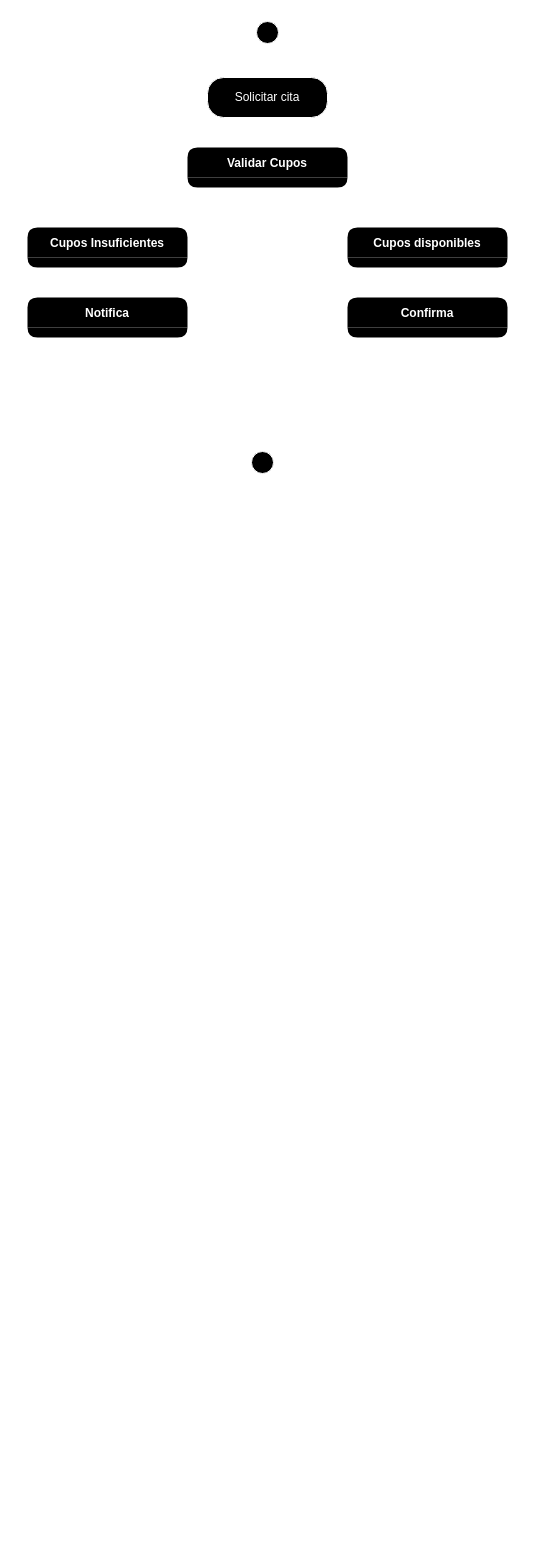
Before: page "Actividades" (4 of 4) of ProyectoING.Softwarell/CasosdeUso.drawio in ElJason/Draw_Diagramas, a draw.io diagram. Source tidied: cells renumbered, new cells numbered last; positions are measured from the earlier drawing's top-left corner, leaving out a move shared by most shapes. Both pictures are drawn from the tidied source at 100%, with x=0, y=0 at pixel (27, 17).
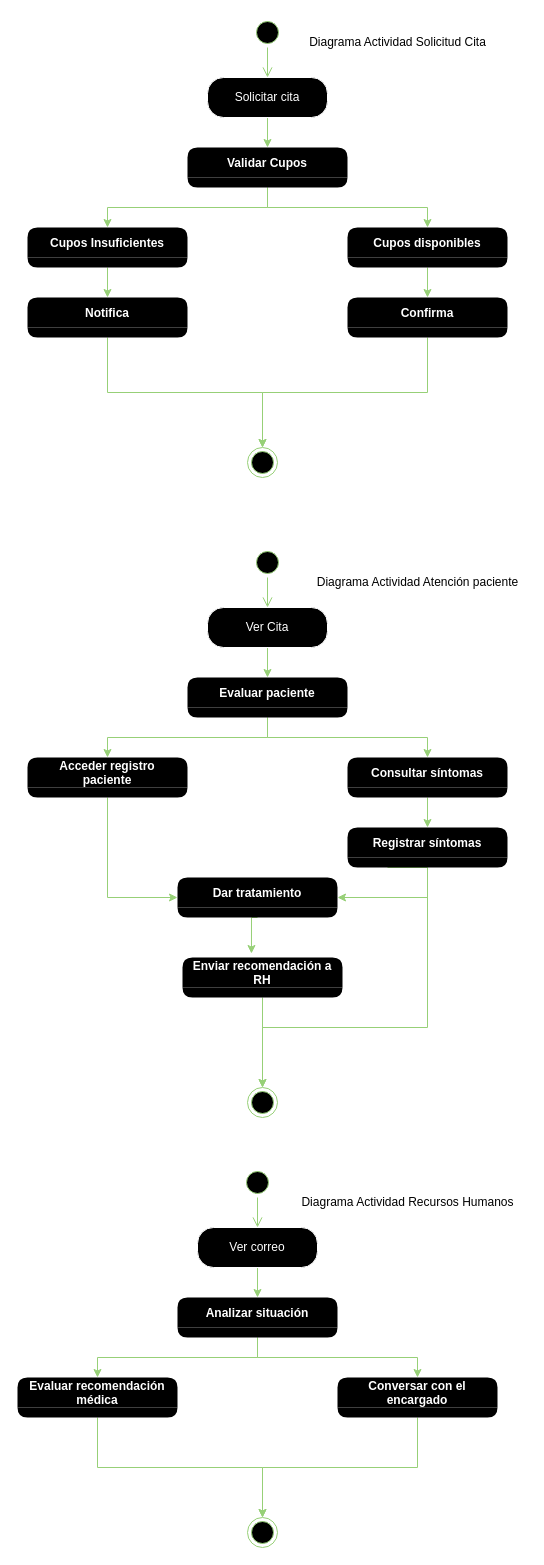
Above is the later version.

The change refers to these unchanged cells:
```xml
<mxCell id="5" value="Solicitar cita" style="rounded=1;whiteSpace=wrap;html=1;arcSize=40;fontColor=#ffffff;fillColor=#000000;strokeColor=#FFFFFF;" parent="1" vertex="1">
  <mxGeometry x="180" y="60" width="120" height="40" as="geometry" />
</mxCell>
<mxCell id="8" value="Cupos Insuficientes" style="swimlane;fontStyle=1;align=center;verticalAlign=middle;horizontal=1;startSize=30;fontColor=#FFFFFF;rounded=1;arcSize=50;strokeColor=none;fillColor=#000000;swimlaneFillColor=#000000;" parent="1" vertex="1">
  <mxGeometry y="210" width="160" height="40" as="geometry" />
</mxCell>
<mxCell id="11" value="Validar Cupos" style="swimlane;fontStyle=1;align=center;verticalAlign=middle;horizontal=1;startSize=30;fontColor=#FFFFFF;rounded=1;arcSize=50;strokeColor=none;fillColor=#000000;swimlaneFillColor=#000000;" parent="1" vertex="1">
  <mxGeometry x="160" y="130" width="160" height="40" as="geometry" />
</mxCell>
<mxCell id="13" value="Cupos disponibles" style="swimlane;fontStyle=1;align=center;verticalAlign=middle;horizontal=1;startSize=30;fontColor=#FFFFFF;rounded=1;arcSize=50;strokeColor=none;fillColor=#000000;swimlaneFillColor=#000000;" parent="1" vertex="1">
  <mxGeometry x="320" y="210" width="160" height="40" as="geometry" />
</mxCell>
<mxCell id="15" value="Notifica" style="swimlane;fontStyle=1;align=center;verticalAlign=middle;horizontal=1;startSize=30;fontColor=#FFFFFF;rounded=1;arcSize=50;strokeColor=none;fillColor=#000000;swimlaneFillColor=#000000;" parent="1" vertex="1">
  <mxGeometry y="280" width="160" height="40" as="geometry" />
</mxCell>
<mxCell id="17" value="Confirma" style="swimlane;fontStyle=1;align=center;verticalAlign=middle;horizontal=1;startSize=30;fontColor=#FFFFFF;rounded=1;arcSize=50;strokeColor=none;fillColor=#000000;swimlaneFillColor=#000000;" parent="1" vertex="1">
  <mxGeometry x="320" y="280" width="160" height="40" as="geometry" />
</mxCell>
```

What changed in the source:
```diff
@@
-    <mxCell id="2" style="ellipse;html=1;shape=startState;fillColor=#000000;strokeColor=#FFFFFF;" parent="1" vertex="1">
+    <mxCell id="2" style="ellipse;html=1;shape=startState;fillColor=#000000;strokeColor=#97D077;" parent="1" vertex="1">
       <mxGeometry x="225" width="30" height="30" as="geometry" />
     </mxCell>
-    <mxCell id="3" style="edgeStyle=orthogonalEdgeStyle;html=1;verticalAlign=bottom;endArrow=open;endSize=8;strokeColor=#ffffff;rounded=0;entryX=0.5;entryY=0;entryDx=0;entryDy=0;" parent="1" edge="1" source="2" target="5">
+    <mxCell id="3" style="edgeStyle=orthogonalEdgeStyle;html=1;verticalAlign=bottom;endArrow=open;endSize=8;strokeColor=#97D077;rounded=0;entryX=0.5;entryY=0;entryDx=0;entryDy=0;" parent="1" edge="1" source="2" target="5">
       <mxGeometry relative="1" as="geometry" />
     </mxCell>
-    <mxCell id="4" style="edgeStyle=orthogonalEdgeStyle;rounded=0;jettySize=auto;html=1;exitX=0.5;exitY=1;exitDx=0;exitDy=0;entryX=0.5;entryY=0;entryDx=0;entryDy=0;strokeColor=#ffffff;fontColor=#ffffff;" parent="1" edge="1" source="5" target="11">
+    <mxCell id="4" style="edgeStyle=orthogonalEdgeStyle;rounded=0;jettySize=auto;html=1;exitX=0.5;exitY=1;exitDx=0;exitDy=0;entryX=0.5;entryY=0;entryDx=0;entryDy=0;strokeColor=#97D077;fontColor=#ffffff;" parent="1" edge="1" source="5" target="11">
       <mxGeometry relative="1" as="geometry" />
     </mxCell>
@@
-    <mxCell id="6" style="ellipse;html=1;shape=endState;fillColor=#000000;strokeColor=#FFFFFF;" parent="1" vertex="1">
+    <mxCell id="6" style="ellipse;html=1;shape=endState;fillColor=#000000;strokeColor=#97D077;" parent="1" vertex="1">
       <mxGeometry x="220" y="430" width="30" height="30" as="geometry" />
     </mxCell>
-    <mxCell id="7" style="edgeStyle=orthogonalEdgeStyle;rounded=0;jettySize=auto;html=1;exitX=0.5;exitY=1;exitDx=0;exitDy=0;entryX=0.5;entryY=0;entryDx=0;entryDy=0;strokeColor=#ffffff;fontColor=#ffffff;" parent="1" edge="1" source="8" target="15">
+    <mxCell id="7" style="edgeStyle=orthogonalEdgeStyle;rounded=0;jettySize=auto;html=1;exitX=0.5;exitY=1;exitDx=0;exitDy=0;entryX=0.5;entryY=0;entryDx=0;entryDy=0;strokeColor=#97D077;fontColor=#ffffff;" parent="1" edge="1" source="8" target="15">
       <mxGeometry relative="1" as="geometry" />
     </mxCell>
@@
-    <mxCell id="9" style="edgeStyle=orthogonalEdgeStyle;rounded=0;jettySize=auto;html=1;exitX=0.5;exitY=1;exitDx=0;exitDy=0;entryX=0.5;entryY=0;entryDx=0;entryDy=0;strokeColor=#ffffff;fontColor=#ffffff;" parent="1" edge="1" source="11" target="8">
+    <mxCell id="9" style="edgeStyle=orthogonalEdgeStyle;rounded=0;jettySize=auto;html=1;exitX=0.5;exitY=1;exitDx=0;exitDy=0;entryX=0.5;entryY=0;entryDx=0;entryDy=0;strokeColor=#97D077;fontColor=#ffffff;" parent="1" edge="1" source="11" target="8">
       <mxGeometry relative="1" as="geometry" />
     </mxCell>
-    <mxCell id="10" style="edgeStyle=orthogonalEdgeStyle;rounded=0;jettySize=auto;html=1;exitX=0.5;exitY=1;exitDx=0;exitDy=0;strokeColor=#ffffff;fontColor=#ffffff;" parent="1" edge="1" source="11" target="13">
+    <mxCell id="10" style="edgeStyle=orthogonalEdgeStyle;rounded=0;jettySize=auto;html=1;exitX=0.5;exitY=1;exitDx=0;exitDy=0;strokeColor=#97D077;fontColor=#ffffff;" parent="1" edge="1" source="11" target="13">
       <mxGeometry relative="1" as="geometry" />
     </mxCell>
@@
-    <mxCell id="12" style="edgeStyle=orthogonalEdgeStyle;rounded=0;jettySize=auto;html=1;exitX=0.5;exitY=1;exitDx=0;exitDy=0;entryX=0.5;entryY=0;entryDx=0;entryDy=0;strokeColor=#ffffff;fontColor=#ffffff;" parent="1" edge="1" source="13" target="17">
+    <mxCell id="12" style="edgeStyle=orthogonalEdgeStyle;rounded=0;jettySize=auto;html=1;exitX=0.5;exitY=1;exitDx=0;exitDy=0;entryX=0.5;entryY=0;entryDx=0;entryDy=0;strokeColor=#97D077;fontColor=#ffffff;" parent="1" edge="1" source="13" target="17">
       <mxGeometry relative="1" as="geometry" />
     </mxCell>
@@
-    <mxCell id="14" style="edgeStyle=orthogonalEdgeStyle;rounded=0;jettySize=auto;html=1;exitX=0.5;exitY=1;exitDx=0;exitDy=0;entryX=0.5;entryY=0;entryDx=0;entryDy=0;strokeColor=#ffffff;fontColor=#ffffff;" parent="1" edge="1" source="15" target="6">
+    <mxCell id="14" style="edgeStyle=orthogonalEdgeStyle;rounded=0;jettySize=auto;html=1;exitX=0.5;exitY=1;exitDx=0;exitDy=0;entryX=0.5;entryY=0;entryDx=0;entryDy=0;strokeColor=#97D077;fontColor=#ffffff;" parent="1" edge="1" source="15" target="6">
       <mxGeometry relative="1" as="geometry" />
     </mxCell>
@@
-    <mxCell id="16" style="edgeStyle=orthogonalEdgeStyle;rounded=0;jettySize=auto;html=1;exitX=0.5;exitY=1;exitDx=0;exitDy=0;entryX=0.5;entryY=0;entryDx=0;entryDy=0;strokeColor=#ffffff;fontColor=#ffffff;" parent="1" edge="1" source="17" target="6">
+    <mxCell id="16" style="edgeStyle=orthogonalEdgeStyle;rounded=0;jettySize=auto;html=1;exitX=0.5;exitY=1;exitDx=0;exitDy=0;entryX=0.5;entryY=0;entryDx=0;entryDy=0;strokeColor=#97D077;fontColor=#ffffff;" parent="1" edge="1" source="17" target="6">
       <mxGeometry relative="1" as="geometry" />
     </mxCell>
@@
+    <mxCell id="18" value="Diagrama Actividad Solicitud Cita" style="text;html=1;align=center;verticalAlign=middle;strokeColor=none;fillColor=none;" parent="1" vertex="1">
+      <mxGeometry x="270" y="10" width="200" height="30" as="geometry" />
+    </mxCell>
+    <mxCell id="19" style="ellipse;html=1;shape=startState;fillColor=#000000;strokeColor=#97D077;" parent="1" vertex="1">
+      <mxGeometry x="225" y="530" width="30" height="30" as="geometry" />
+    </mxCell>
+    <mxCell id="20" style="edgeStyle=orthogonalEdgeStyle;html=1;verticalAlign=bottom;endArrow=open;endSize=8;strokeColor=#97D077;rounded=0;entryX=0.5;entryY=0;entryDx=0;entryDy=0;" parent="1" edge="1" source="19" target="22">
+      <mxGeometry relative="1" as="geometry" />
+    </mxCell>
+    <mxCell id="21" style="edgeStyle=orthogonalEdgeStyle;rounded=0;jettySize=auto;html=1;exitX=0.5;exitY=1;exitDx=0;exitDy=0;entryX=0.5;entryY=0;entryDx=0;entryDy=0;strokeColor=#97D077;fontColor=#ffffff;" parent="1" edge="1" source="22" target="28">
+      <mxGeometry relative="1" as="geometry" />
+    </mxCell>
+    <mxCell id="22" value="Ver Cita" style="rounded=1;whiteSpace=wrap;html=1;arcSize=40;fontColor=#ffffff;fillColor=#000000;strokeColor=#FFFFFF;" parent="1" vertex="1">
+      <mxGeometry x="180" y="590" width="120" height="40" as="geometry" />
+    </mxCell>
+    <mxCell id="23" style="ellipse;html=1;shape=endState;fillColor=#000000;strokeColor=#97D077;" parent="1" vertex="1">
+      <mxGeometry x="220" y="1070" width="30" height="30" as="geometry" />
+    </mxCell>
+    <mxCell id="24" style="edgeStyle=orthogonalEdgeStyle;rounded=0;jettySize=auto;html=1;exitX=0.5;exitY=1;exitDx=0;exitDy=0;entryX=0;entryY=0.5;entryDx=0;entryDy=0;strokeColor=#97D077;fontColor=#ffffff;" parent="1" edge="1" source="25" target="36">
+      <mxGeometry relative="1" as="geometry" />
+    </mxCell>
+    <mxCell id="25" value="Acceder registro&#10;paciente" style="swimlane;fontStyle=1;align=center;verticalAlign=middle;horizontal=1;startSize=30;fontColor=#FFFFFF;rounded=1;arcSize=50;strokeColor=none;fillColor=#000000;swimlaneFillColor=#000000;" parent="1" vertex="1">
+      <mxGeometry y="740" width="160" height="40" as="geometry" />
+    </mxCell>
+    <mxCell id="26" style="edgeStyle=orthogonalEdgeStyle;rounded=0;jettySize=auto;html=1;exitX=0.5;exitY=1;exitDx=0;exitDy=0;entryX=0.5;entryY=0;entryDx=0;entryDy=0;strokeColor=#97D077;fontColor=#ffffff;" parent="1" edge="1" source="28" target="25">
+      <mxGeometry relative="1" as="geometry" />
+    </mxCell>
+    <mxCell id="27" style="edgeStyle=orthogonalEdgeStyle;rounded=0;jettySize=auto;html=1;exitX=0.5;exitY=1;exitDx=0;exitDy=0;strokeColor=#97D077;fontColor=#ffffff;" parent="1" edge="1" source="28" target="30">
+      <mxGeometry relative="1" as="geometry" />
+    </mxCell>
+    <mxCell id="28" value="Evaluar paciente" style="swimlane;fontStyle=1;align=center;verticalAlign=middle;horizontal=1;startSize=30;fontColor=#FFFFFF;rounded=1;arcSize=50;strokeColor=none;fillColor=#000000;swimlaneFillColor=#000000;" parent="1" vertex="1">
+      <mxGeometry x="160" y="660" width="160" height="40" as="geometry" />
+    </mxCell>
+    <mxCell id="29" style="edgeStyle=orthogonalEdgeStyle;rounded=0;jettySize=auto;html=1;exitX=0.5;exitY=1;exitDx=0;exitDy=0;entryX=0.5;entryY=0;entryDx=0;entryDy=0;strokeColor=#97D077;fontColor=#ffffff;" parent="1" edge="1" source="30" target="33">
+      <mxGeometry relative="1" as="geometry" />
+    </mxCell>
+    <mxCell id="30" value="Consultar síntomas" style="swimlane;fontStyle=1;align=center;verticalAlign=middle;horizontal=1;startSize=30;fontColor=#FFFFFF;rounded=1;arcSize=50;strokeColor=none;fillColor=#000000;swimlaneFillColor=#000000;" parent="1" vertex="1">
+      <mxGeometry x="320" y="740" width="160" height="40" as="geometry" />
+    </mxCell>
+    <mxCell id="31" style="edgeStyle=orthogonalEdgeStyle;rounded=0;jettySize=auto;html=1;exitX=0.5;exitY=1;exitDx=0;exitDy=0;entryX=0.5;entryY=0;entryDx=0;entryDy=0;strokeColor=#97D077;fontColor=#ffffff;" parent="1" edge="1" source="33" target="23">
+      <mxGeometry relative="1" as="geometry">
+        <Array as="points">
+          <mxPoint x="400" y="1010" />
+          <mxPoint x="235" y="1010" />
+        </Array>
+      </mxGeometry>
+    </mxCell>
+    <mxCell id="32" style="edgeStyle=orthogonalEdgeStyle;rounded=0;jettySize=auto;html=1;exitX=0.25;exitY=1;exitDx=0;exitDy=0;entryX=1;entryY=0.5;entryDx=0;entryDy=0;strokeColor=#97D077;" parent="1" edge="1" source="33" target="36">
+      <mxGeometry relative="1" as="geometry">
+        <Array as="points">
+          <mxPoint x="400" y="850" />
+          <mxPoint x="400" y="880" />
+        </Array>
+      </mxGeometry>
+    </mxCell>
+    <mxCell id="33" value="Registrar síntomas" style="swimlane;fontStyle=1;align=center;verticalAlign=middle;horizontal=1;startSize=30;fontColor=#FFFFFF;rounded=1;arcSize=50;strokeColor=none;fillColor=#000000;swimlaneFillColor=#000000;" parent="1" vertex="1">
+      <mxGeometry x="320" y="810" width="160" height="40" as="geometry" />
+    </mxCell>
+    <mxCell id="34" value="Diagrama Actividad Atención paciente" style="text;html=1;align=center;verticalAlign=middle;strokeColor=none;fillColor=none;" parent="1" vertex="1">
+      <mxGeometry x="280" y="550" width="220" height="30" as="geometry" />
+    </mxCell>
+    <mxCell id="35" style="edgeStyle=orthogonalEdgeStyle;rounded=0;jettySize=auto;html=1;exitX=0.5;exitY=1;exitDx=0;exitDy=0;entryX=0.431;entryY=-0.1;entryDx=0;entryDy=0;entryPerimeter=0;strokeColor=#97D077;" parent="1" edge="1" source="36" target="38">
+      <mxGeometry relative="1" as="geometry" />
+    </mxCell>
+    <mxCell id="36" value="Dar tratamiento" style="swimlane;fontStyle=1;align=center;verticalAlign=middle;horizontal=1;startSize=30;fontColor=#FFFFFF;rounded=1;arcSize=50;strokeColor=none;fillColor=#000000;swimlaneFillColor=#000000;" parent="1" vertex="1">
+      <mxGeometry x="150" y="860" width="160" height="40" as="geometry" />
+    </mxCell>
+    <mxCell id="37" style="edgeStyle=orthogonalEdgeStyle;rounded=0;jettySize=auto;html=1;exitX=0.5;exitY=1;exitDx=0;exitDy=0;entryX=0.5;entryY=0;entryDx=0;entryDy=0;strokeColor=#97D077;" parent="1" edge="1" source="38" target="23">
+      <mxGeometry relative="1" as="geometry" />
+    </mxCell>
+    <mxCell id="38" value="Enviar recomendación a&#10;RH" style="swimlane;fontStyle=1;align=center;verticalAlign=middle;horizontal=1;startSize=30;fontColor=#FFFFFF;rounded=1;arcSize=50;strokeColor=none;fillColor=#000000;swimlaneFillColor=#000000;" parent="1" vertex="1">
+      <mxGeometry x="155" y="940" width="160" height="40" as="geometry" />
+    </mxCell>
+    <mxCell id="39" style="ellipse;html=1;shape=startState;fillColor=#000000;strokeColor=#97D077;" parent="1" vertex="1">
+      <mxGeometry x="215" y="1150" width="30" height="30" as="geometry" />
+    </mxCell>
+    <mxCell id="40" style="edgeStyle=orthogonalEdgeStyle;html=1;verticalAlign=bottom;endArrow=open;endSize=8;strokeColor=#97D077;rounded=0;entryX=0.5;entryY=0;entryDx=0;entryDy=0;" parent="1" edge="1" source="39" target="42">
+      <mxGeometry relative="1" as="geometry" />
+    </mxCell>
+    <mxCell id="41" style="edgeStyle=orthogonalEdgeStyle;rounded=0;jettySize=auto;html=1;exitX=0.5;exitY=1;exitDx=0;exitDy=0;entryX=0.5;entryY=0;entryDx=0;entryDy=0;strokeColor=#97D077;fontColor=#ffffff;" parent="1" edge="1" source="42" target="48">
+      <mxGeometry relative="1" as="geometry" />
+    </mxCell>
+    <mxCell id="42" value="Ver correo" style="rounded=1;whiteSpace=wrap;html=1;arcSize=40;fontColor=#ffffff;fillColor=#000000;strokeColor=#FFFFFF;" parent="1" vertex="1">
+      <mxGeometry x="170" y="1210" width="120" height="40" as="geometry" />
+    </mxCell>
+    <mxCell id="43" style="ellipse;html=1;shape=endState;fillColor=#000000;strokeColor=#97D077;" parent="1" vertex="1">
+      <mxGeometry x="220" y="1500" width="30" height="30" as="geometry" />
+    </mxCell>
+    <mxCell id="44" style="edgeStyle=orthogonalEdgeStyle;rounded=0;jettySize=auto;html=1;entryX=0.5;entryY=0;entryDx=0;entryDy=0;strokeColor=#97D077;" parent="1" edge="1" source="45" target="43">
+      <mxGeometry relative="1" as="geometry">
+        <Array as="points">
+          <mxPoint x="70" y="1450" />
+          <mxPoint x="235" y="1450" />
+        </Array>
+      </mxGeometry>
+    </mxCell>
+    <mxCell id="45" value="Evaluar recomendación&#10;médica" style="swimlane;fontStyle=1;align=center;verticalAlign=middle;horizontal=1;startSize=30;fontColor=#FFFFFF;rounded=1;arcSize=50;strokeColor=none;fillColor=#000000;swimlaneFillColor=#000000;" parent="1" vertex="1">
+      <mxGeometry x="-10" y="1360" width="160" height="40" as="geometry" />
+    </mxCell>
+    <mxCell id="46" style="edgeStyle=orthogonalEdgeStyle;rounded=0;jettySize=auto;html=1;exitX=0.5;exitY=1;exitDx=0;exitDy=0;entryX=0.5;entryY=0;entryDx=0;entryDy=0;strokeColor=#97D077;fontColor=#ffffff;" parent="1" edge="1" source="48" target="45">
+      <mxGeometry relative="1" as="geometry" />
+    </mxCell>
+    <mxCell id="47" style="edgeStyle=orthogonalEdgeStyle;rounded=0;jettySize=auto;html=1;exitX=0.5;exitY=1;exitDx=0;exitDy=0;strokeColor=#97D077;fontColor=#ffffff;" parent="1" edge="1" source="48" target="50">
+      <mxGeometry relative="1" as="geometry" />
+    </mxCell>
+    <mxCell id="48" value="Analizar situación" style="swimlane;fontStyle=1;align=center;verticalAlign=middle;horizontal=1;startSize=30;fontColor=#FFFFFF;rounded=1;arcSize=50;strokeColor=none;fillColor=#000000;swimlaneFillColor=#000000;" parent="1" vertex="1">
+      <mxGeometry x="150" y="1280" width="160" height="40" as="geometry" />
+    </mxCell>
+    <mxCell id="49" style="edgeStyle=orthogonalEdgeStyle;rounded=0;jettySize=auto;html=1;exitX=0.5;exitY=1;exitDx=0;exitDy=0;entryX=0.5;entryY=0;entryDx=0;entryDy=0;strokeColor=#97D077;fontColor=#ffffff;" parent="1" edge="1" source="50" target="43">
+      <mxGeometry relative="1" as="geometry" />
+    </mxCell>
+    <mxCell id="50" value="Conversar con el&#10;encargado" style="swimlane;fontStyle=1;align=center;verticalAlign=middle;horizontal=1;startSize=30;fontColor=#FFFFFF;rounded=1;arcSize=50;strokeColor=none;fillColor=#000000;swimlaneFillColor=#000000;" parent="1" vertex="1">
+      <mxGeometry x="310" y="1360" width="160" height="40" as="geometry" />
+    </mxCell>
+    <mxCell id="51" value="Diagrama Actividad Recursos Humanos" style="text;html=1;align=center;verticalAlign=middle;strokeColor=none;fillColor=none;" parent="1" vertex="1">
+      <mxGeometry x="260" y="1170" width="240" height="30" as="geometry" />
+    </mxCell>
```
